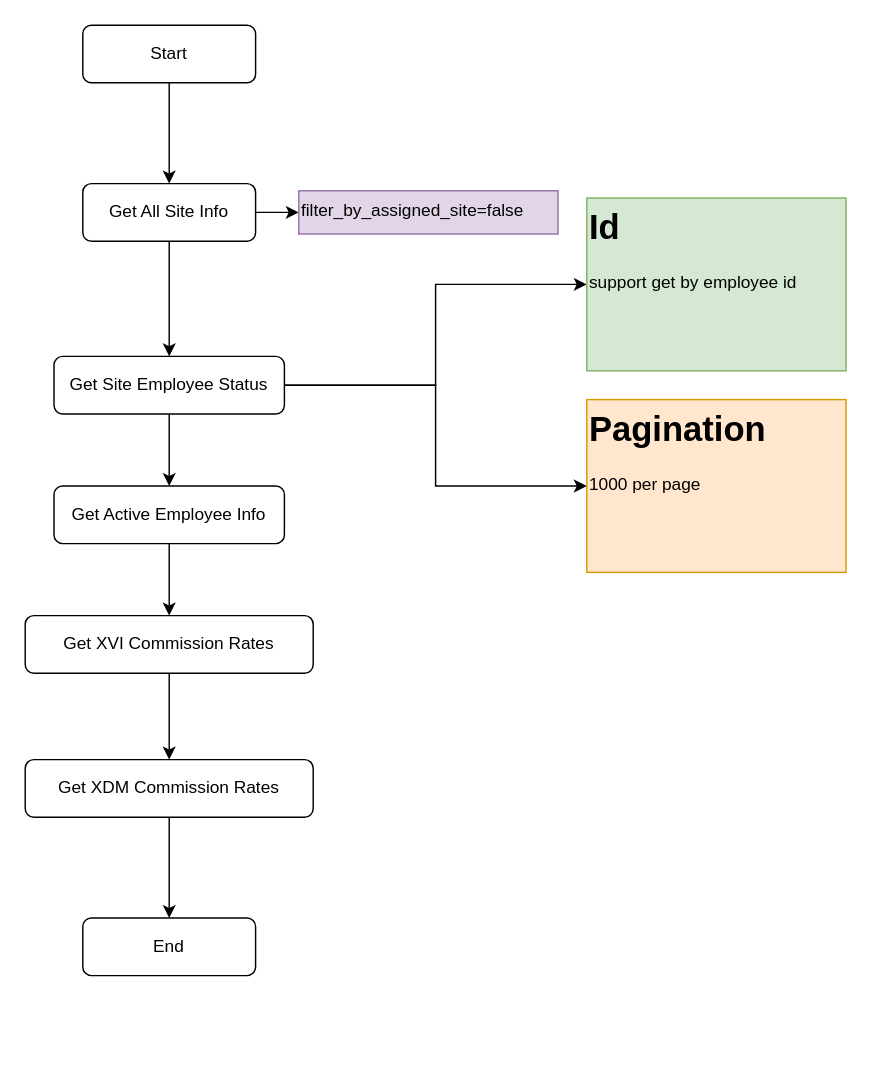
This is Hawker-Profile-Flow.drawio from SmileSB1O1/draw-active, a draw.io file, before an edit. Source tidied: cells renumbered, new cells numbered last; positions are measured from the earlier drawing's top-left corner, leaving out a move shared by most shapes. Both pictures are drawn from the tidied source at 144%, with x=0, y=0 at pixel (24, 24).
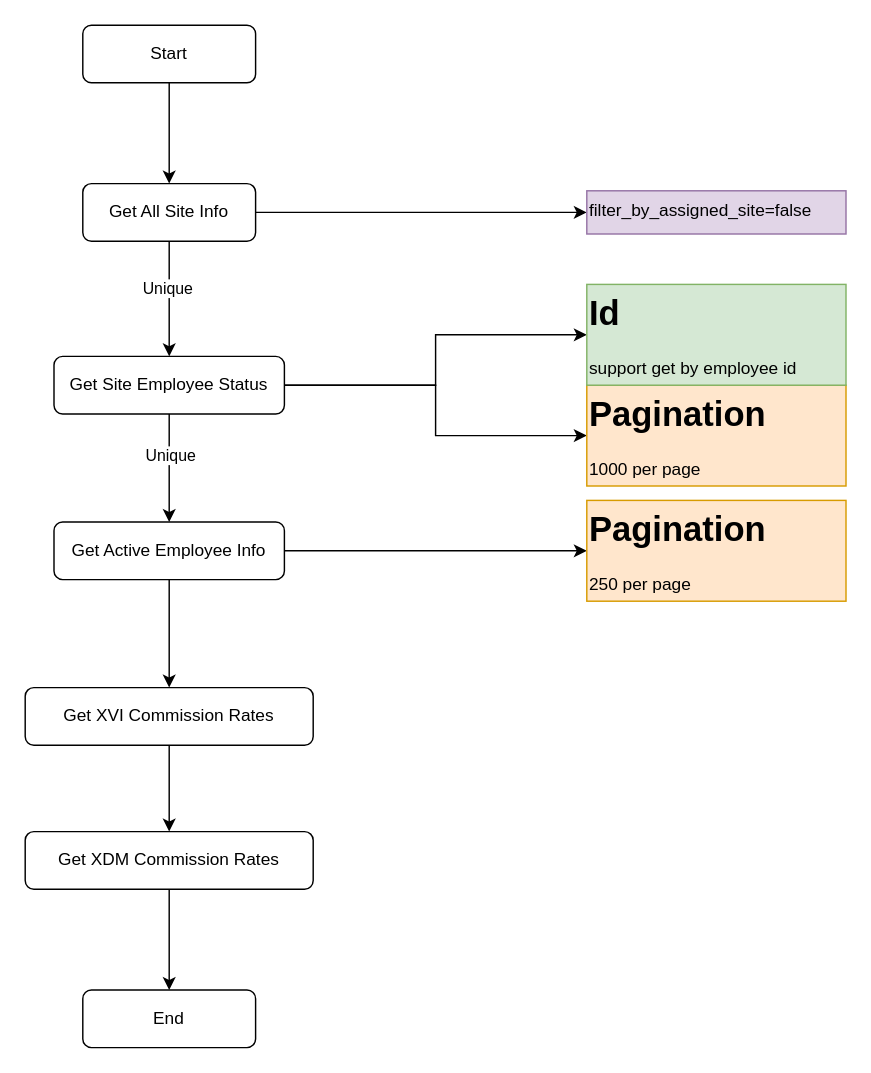
After the change.

Unchanged cells that the change refers to:
```xml
<mxCell id="4" style="edgeStyle=orthogonalEdgeStyle;rounded=0;jettySize=auto;html=1;" parent="1" edge="1" source="6" target="10">
  <mxGeometry relative="1" as="geometry" />
</mxCell>
<mxCell id="9" style="edgeStyle=orthogonalEdgeStyle;rounded=0;jettySize=auto;html=1;" parent="1" edge="1" source="10" target="19">
  <mxGeometry relative="1" as="geometry" />
</mxCell>
```

Change to the diagram source:
```diff
@@
+    <mxCell id="21" value="Unique" style="edgeLabel;html=1;align=center;verticalAlign=middle;" parent="4" vertex="1">
+      <mxGeometry x="-0.19" y="-2" relative="1" as="geometry" />
+    </mxCell>
@@
+    <mxCell id="22" value="Unique" style="edgeLabel;html=1;align=center;verticalAlign=middle;" parent="9" vertex="1">
+      <mxGeometry x="-0.26" relative="1" as="geometry" />
+    </mxCell>
@@
     <mxCell id="11" value="End" style="rounded=1;whiteSpace=wrap;html=1;fontSize=12;glass=0;strokeWidth=1;shadow=0;" parent="1" vertex="1">
-      <mxGeometry x="40" y="620" width="120" height="40" as="geometry" />
+      <mxGeometry x="40" y="670" width="120" height="40" as="geometry" />
     </mxCell>
@@
     <mxCell id="13" value="Get XVI Commission Rates" style="rounded=1;whiteSpace=wrap;html=1;fontSize=12;glass=0;strokeWidth=1;shadow=0;" parent="1" vertex="1">
-      <mxGeometry y="410" width="200" height="40" as="geometry" />
+      <mxGeometry y="460" width="200" height="40" as="geometry" />
     </mxCell>
     <mxCell id="14" value="&lt;h1 style=&quot;margin-top: 0px;&quot;&gt;Pagination&lt;/h1&gt;&lt;p&gt;1000 per page&lt;/p&gt;" style="text;html=1;whiteSpace=wrap;overflow=hidden;rounded=0;fillColor=#ffe6cc;strokeColor=#d79b00;" parent="1" vertex="1">
-      <mxGeometry x="390" y="260" width="180" height="120" as="geometry" />
+      <mxGeometry x="390" y="250" width="180" height="70" as="geometry" />
     </mxCell>
     <mxCell id="15" value="&lt;h1 style=&quot;margin-top: 0px;&quot;&gt;Id&lt;/h1&gt;&lt;p&gt;support get by employee id&lt;/p&gt;" style="text;html=1;whiteSpace=wrap;overflow=hidden;rounded=0;fillColor=#d5e8d4;strokeColor=#82b366;" parent="1" vertex="1">
-      <mxGeometry x="390" y="120" width="180" height="120" as="geometry" />
+      <mxGeometry x="390" y="180" width="180" height="70" as="geometry" />
     </mxCell>
@@
     <mxCell id="17" value="Get XDM Commission Rates" style="rounded=1;whiteSpace=wrap;html=1;fontSize=12;glass=0;strokeWidth=1;shadow=0;" parent="1" vertex="1">
-      <mxGeometry y="510" width="200" height="40" as="geometry" />
+      <mxGeometry y="560" width="200" height="40" as="geometry" />
     </mxCell>
@@
+    <mxCell id="23" style="edgeStyle=orthogonalEdgeStyle;rounded=0;jettySize=auto;html=1;entryX=0;entryY=0.5;entryDx=0;entryDy=0;" parent="1" edge="1" source="19" target="24">
+      <mxGeometry relative="1" as="geometry" />
+    </mxCell>
     <mxCell id="19" value="Get Active Employee Info" style="rounded=1;whiteSpace=wrap;html=1;fontSize=12;glass=0;strokeWidth=1;shadow=0;" parent="1" vertex="1">
-      <mxGeometry x="20" y="320" width="160" height="40" as="geometry" />
+      <mxGeometry x="20" y="345" width="160" height="40" as="geometry" />
     </mxCell>
     <mxCell id="20" value="filter_by_assigned_site=false" style="text;html=1;whiteSpace=wrap;overflow=hidden;rounded=0;fillColor=#e1d5e7;strokeColor=#9673a6;" parent="1" vertex="1">
-      <mxGeometry x="190" y="115" width="180" height="30" as="geometry" />
+      <mxGeometry x="390" y="115" width="180" height="30" as="geometry" />
     </mxCell>
+    <mxCell id="24" value="&lt;h1 style=&quot;margin-top: 0px;&quot;&gt;Pagination&lt;/h1&gt;&lt;h1 style=&quot;margin-top: 0px;&quot;&gt;&lt;p style=&quot;font-size: 12px; font-weight: 400;&quot;&gt;250 per page&lt;/p&gt;&lt;/h1&gt;" style="text;html=1;whiteSpace=wrap;overflow=hidden;rounded=0;fillColor=#ffe6cc;strokeColor=#d79b00;" parent="1" vertex="1">
+      <mxGeometry x="390" y="330" width="180" height="70" as="geometry" />
+    </mxCell>
```
